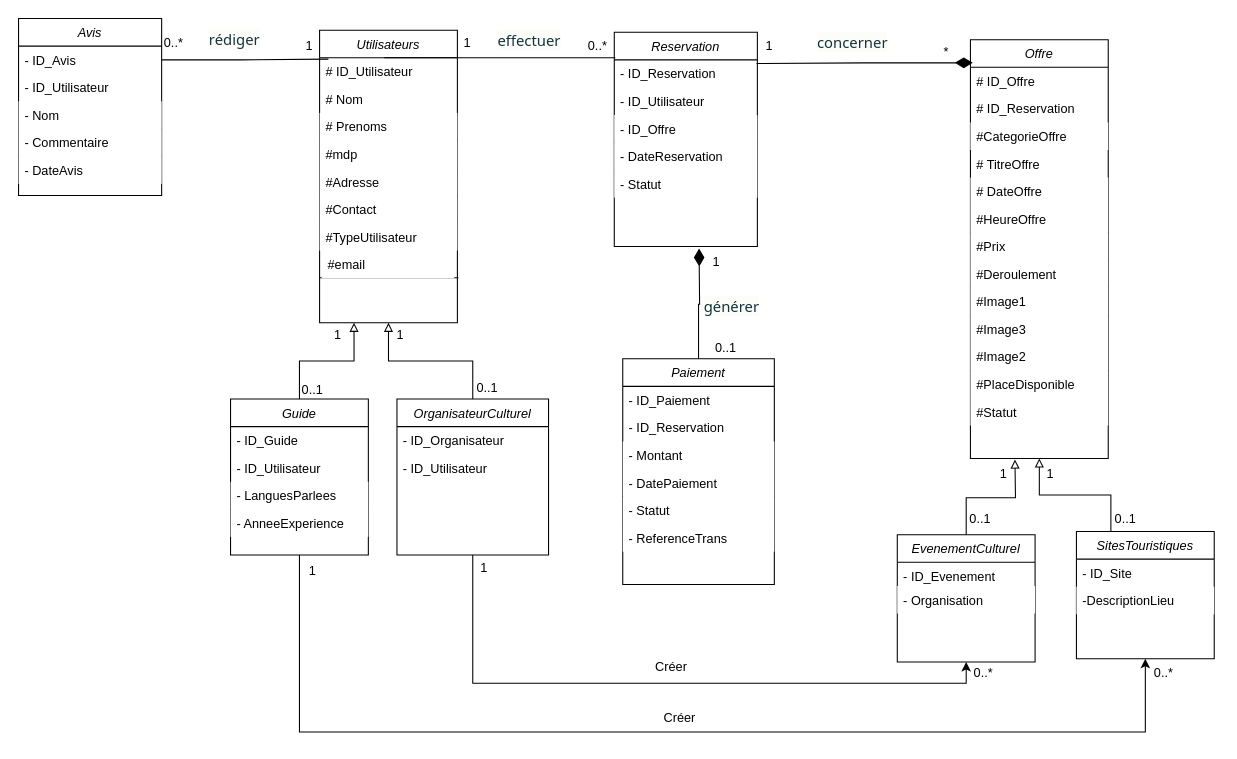
This is diagramme classe.drawio from louis-fresnel99/TpGasaL1, a draw.io file, before an edit. Source tidied: cells renumbered, new cells numbered last; positions are measured from the earlier drawing's top-left corner, leaving out a move shared by most shapes. Both pictures are drawn from the tidied source at 106%, with x=0, y=0 at pixel (18, 18).
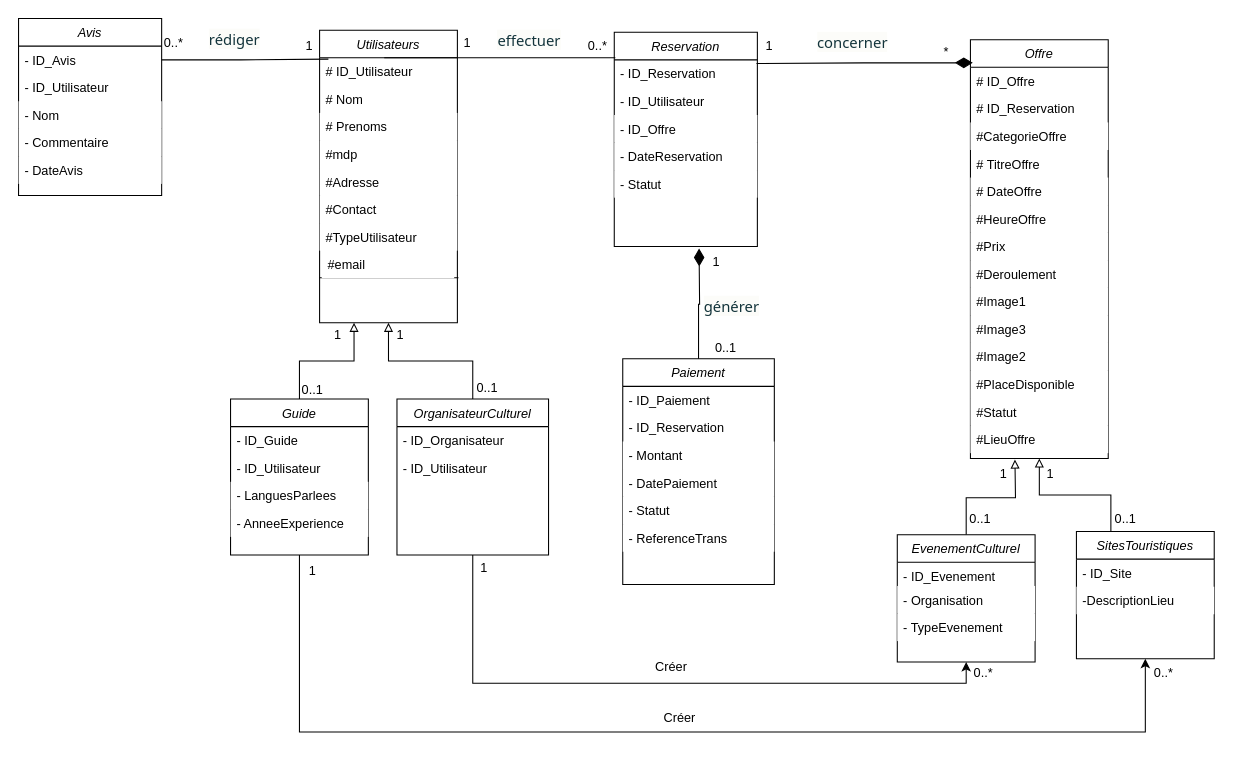
The same page after the edit.

Commit message:
Mettre à jour diagramme classe.drawio

Unchanged cells that the change refers to:
```xml
<mxCell id="44" value="EvenementCulturel" style="swimlane;fontStyle=2;align=center;verticalAlign=top;horizontal=1;startSize=26;rounded=0;shadow=0;strokeWidth=1;" parent="42" vertex="1">
  <mxGeometry y="467" width="130" height="120" as="geometry" />
</mxCell>
<mxCell id="52" value="Offre" style="swimlane;fontStyle=2;align=center;verticalAlign=top;horizontal=1;startSize=26;rounded=0;shadow=0;strokeWidth=1;" parent="42" vertex="1">
  <mxGeometry x="69" width="130" height="395" as="geometry" />
</mxCell>
```

What changed in the source:
```diff
@@
+    <mxCell id="97" value="- TypeEvenement" style="text;align=left;verticalAlign=top;spacingLeft=4;spacingRight=4;overflow=hidden;rounded=0;shadow=0;html=0;fillColor=default;textShadow=0;fontColor=default;" parent="44" vertex="1">
+      <mxGeometry y="74.3" width="130" height="26" as="geometry" />
+    </mxCell>
@@
+    <mxCell id="98" value="#LieuOffre" style="text;align=left;verticalAlign=top;spacingLeft=4;spacingRight=4;overflow=hidden;rounded=0;shadow=0;html=0;fillColor=default;textShadow=0;fontColor=default;" parent="52" vertex="1">
+      <mxGeometry y="364" width="130" height="26" as="geometry" />
+    </mxCell>
```
